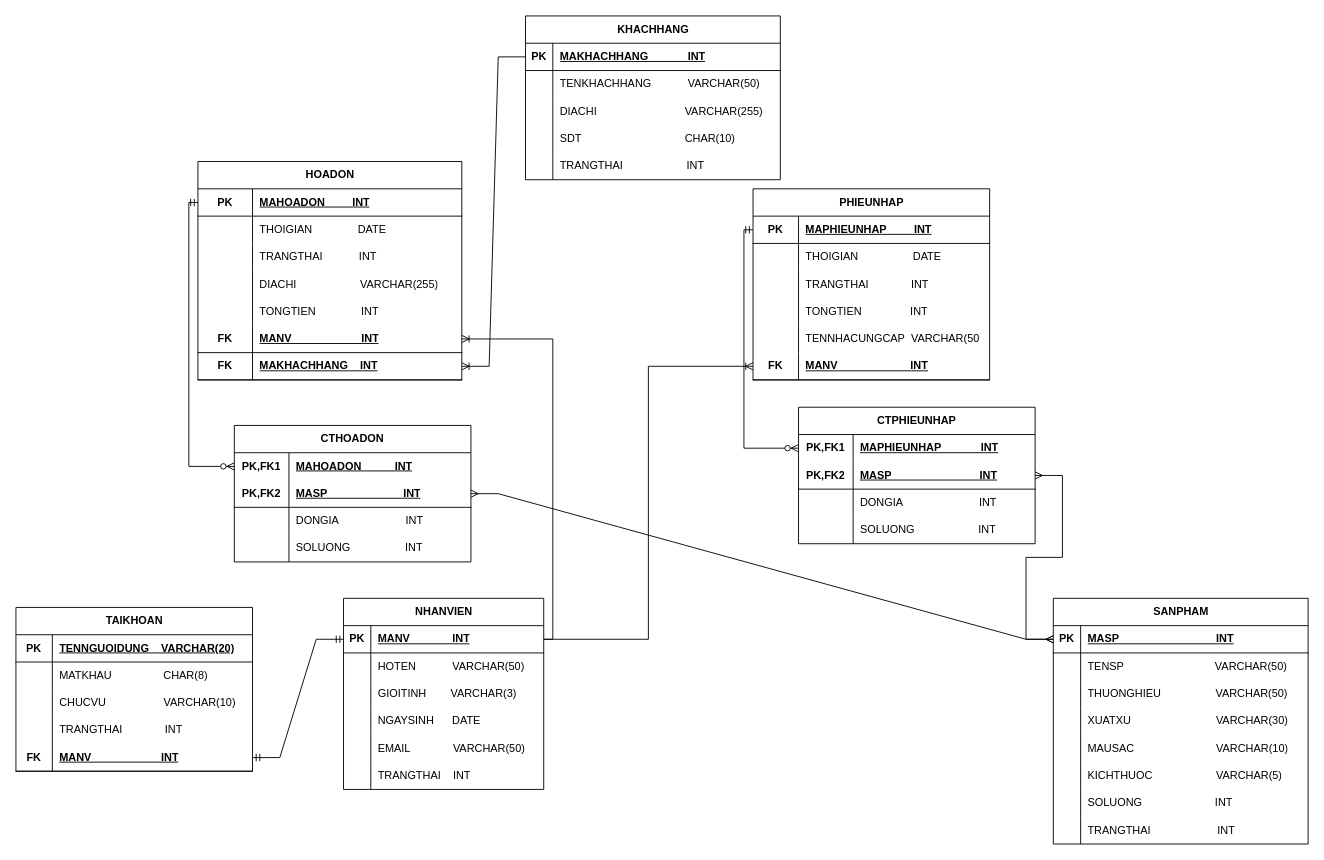
Above: erd/quanlycuahangbanquanao.drawio in nvkdzvcl/Project_Java (draw.io), before the change. Source tidied: cells renumbered, new cells numbered last; positions are measured from the earlier drawing's top-left corner, leaving out a move shared by most shapes. Both pictures are drawn from the tidied source at 91%, with x=0, y=0 at pixel (15, 15).
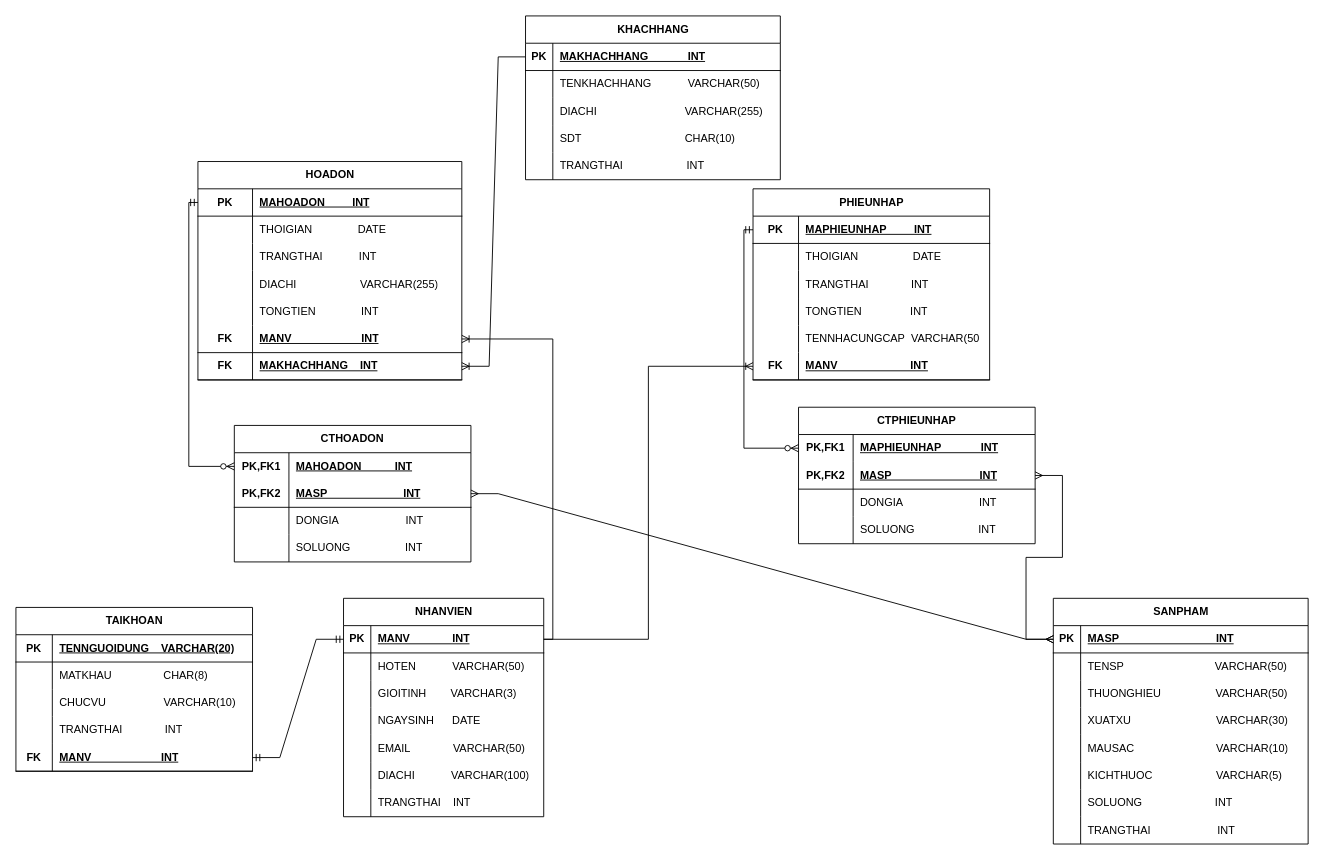
After the change.

Diff of the diagram source:
```diff
@@
     <mxCell id="2" value="NHANVIEN" style="shape=table;startSize=30;childLayout=tableLayout;rowLines=0;fontStyle=1;align=center;html=1;" parent="1" vertex="1">
-      <mxGeometry x="360" y="640" width="220" height="210" as="geometry" />
+      <mxGeometry x="360" y="640" width="220" height="240" as="geometry" />
     </mxCell>
@@
+    <mxCell id="153" style="shape=tableRow;horizontal=0;startSize=0;swimlaneHead=0;swimlaneBody=0;fillColor=none;top=0;left=0;right=0;bottom=0;" parent="2" vertex="1">
+      <mxGeometry y="180" width="220" height="30" as="geometry" />
+    </mxCell>
+    <mxCell id="154" style="shape=partialRectangle;fillColor=none;top=0;left=0;bottom=0;right=0;overflow=hidden;whiteSpace=wrap;html=1;" parent="153" vertex="1">
+      <mxGeometry width="30" height="30" as="geometry" />
+    </mxCell>
+    <mxCell id="155" value="DIACHI&amp;nbsp; &amp;nbsp; &amp;nbsp; &amp;nbsp; &amp;nbsp; &amp;nbsp; VARCHAR(100)" style="shape=partialRectangle;fillColor=none;top=0;left=0;bottom=0;right=0;align=left;spacingLeft=6;overflow=hidden;whiteSpace=wrap;html=1;" parent="153" vertex="1">
+      <mxGeometry x="30" width="190" height="30" as="geometry" />
+    </mxCell>
     <mxCell id="18" style="shape=tableRow;horizontal=0;startSize=0;swimlaneHead=0;swimlaneBody=0;fillColor=none;top=0;left=0;right=0;bottom=0;" parent="2" vertex="1">
-      <mxGeometry y="180" width="220" height="30" as="geometry" />
+      <mxGeometry y="210" width="220" height="30" as="geometry" />
     </mxCell>
```
